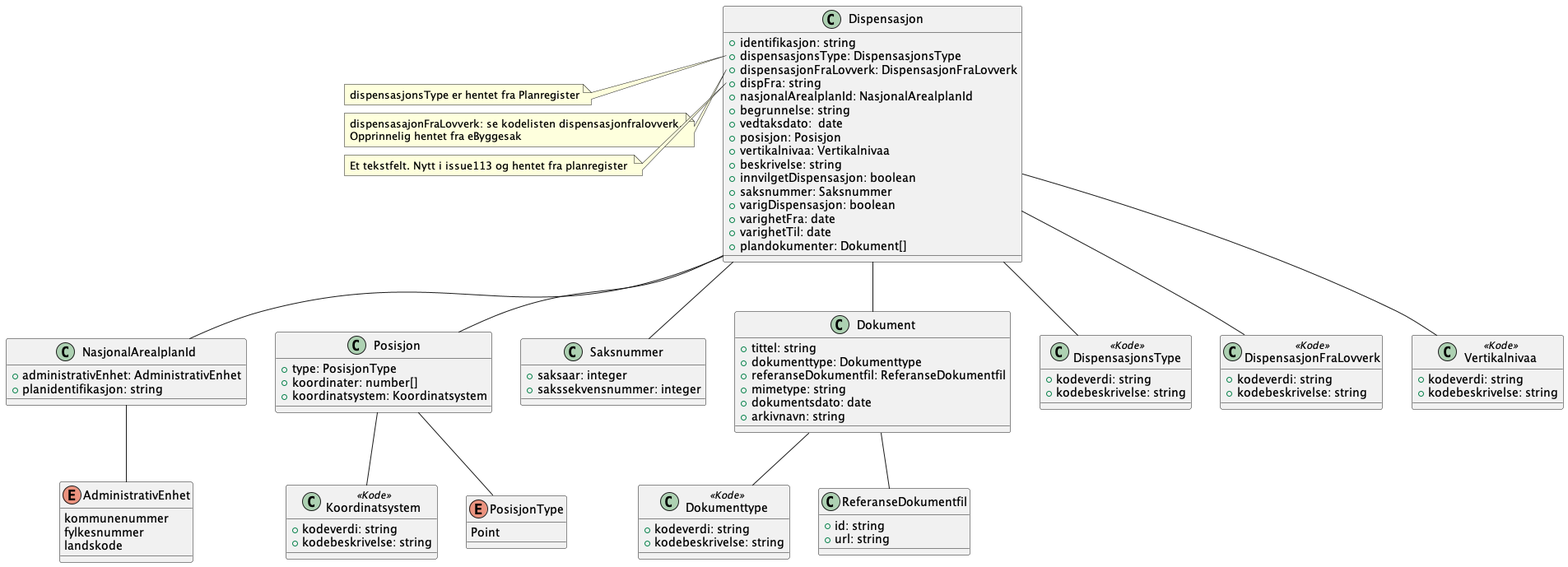
Earlier version of the PlantUML export Dokumentasjon/V2/ClassDiagrams/no.ks.fiks.plan.v2.felles.dispensasjon/dispensasjon.png (ks-no/fiks-plan-specification).
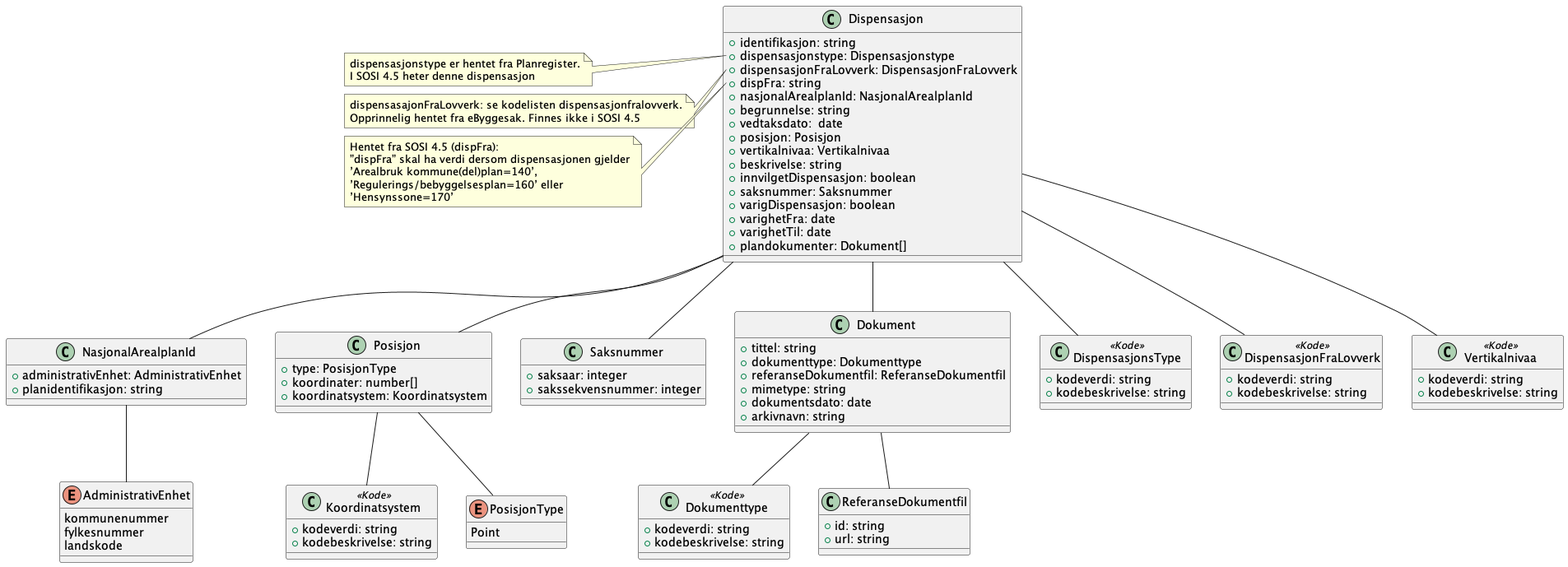
Later version of the same file.

Commit message:
Endringer etter diskusjon i Fiks Plan møte

What changed in the source:
```diff
@@ -6,7 +6,7 @@
 
 class Dispensasjon {
     +identifikasjon: string
-    +dispensasjonsType: DispensasjonsType
+    +dispensasjonstype: Dispensasjonstype
     +dispensasjonFraLovverk: DispensasjonFraLovverk
     +dispFra: string
     +nasjonalArealplanId: NasjonalArealplanId
@@ -23,17 +23,22 @@
     +plandokumenter: Dokument[]
 }
 
-note left of Dispensasjon::dispensasjonsType
-    dispensasjonsType er hentet fra Planregister
+note left of Dispensasjon::dispensasjonstype
+    dispensasjonstype er hentet fra Planregister.
+    I SOSI 4.5 heter denne dispensasjon
 end note
 
-note left of Dispensasjon::DispensasjonFraLovverk
+note left of Dispensasjon::dispensasjonFraLovverk
     dispensasajonFraLovverk: se kodelisten dispensasjonfralovverk.
-    Opprinnelig hentet fra eByggesak
+    Opprinnelig hentet fra eByggesak. Finnes ikke i SOSI 4.5
 end note
 
 note left of Dispensasjon::dispFra
-    Et tekstfelt. Nytt i issue113 og hentet fra planregister
+    Hentet fra SOSI 4.5 (dispFra):
+    ”dispFra” skal ha verdi dersom dispensasjonen gjelder
+    ’Arealbruk kommune(del)plan=140’,
+    ’Regulerings/bebyggelsesplan=160’ eller
+    ’Hensynssone=170’
 end note
 
 Dispensasjon -- DispensasjonsType
```
